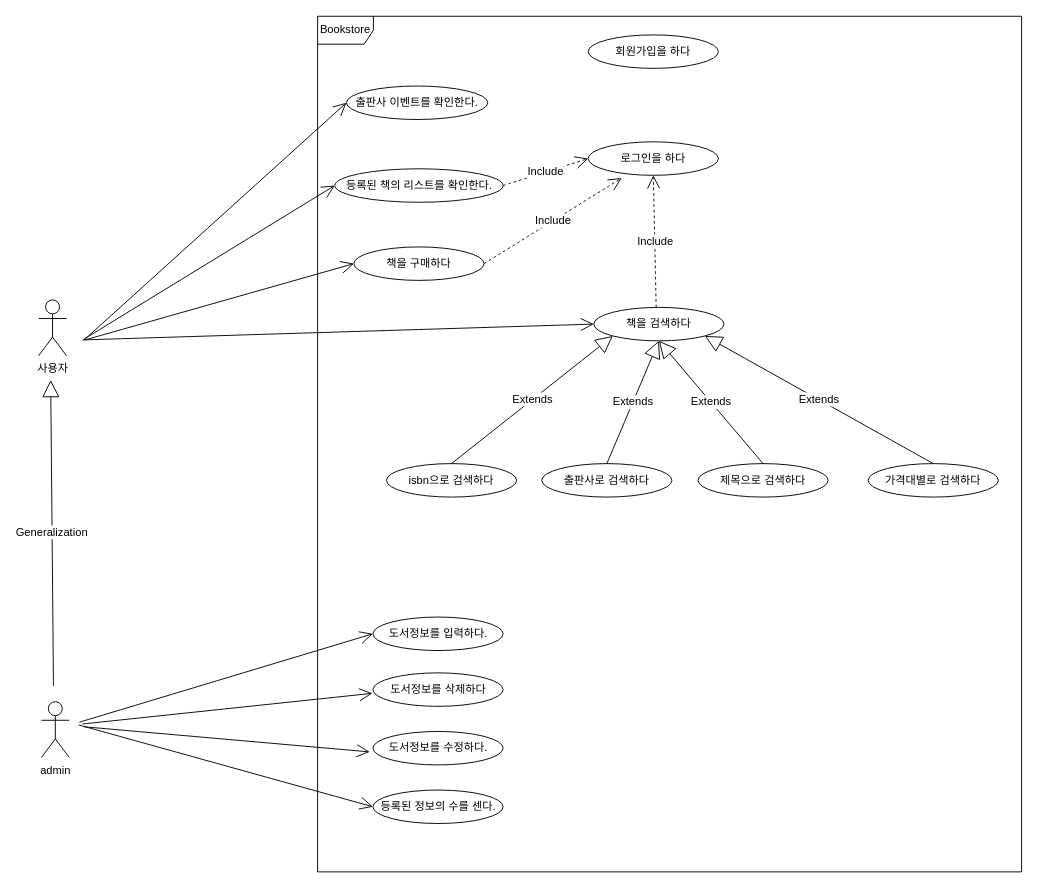
The draw.io diagram page "페이지-2" (2 of 2) of 제목 없는 다이어그램.drawio in Heeju-Lee/KOSTA, before the edit. Source tidied: cells renumbered, new cells numbered last; positions are measured from the earlier drawing's top-left corner, leaving out a move shared by most shapes. Both pictures are drawn from the tidied source at 93%, with x=0, y=0 at pixel (38, 16).
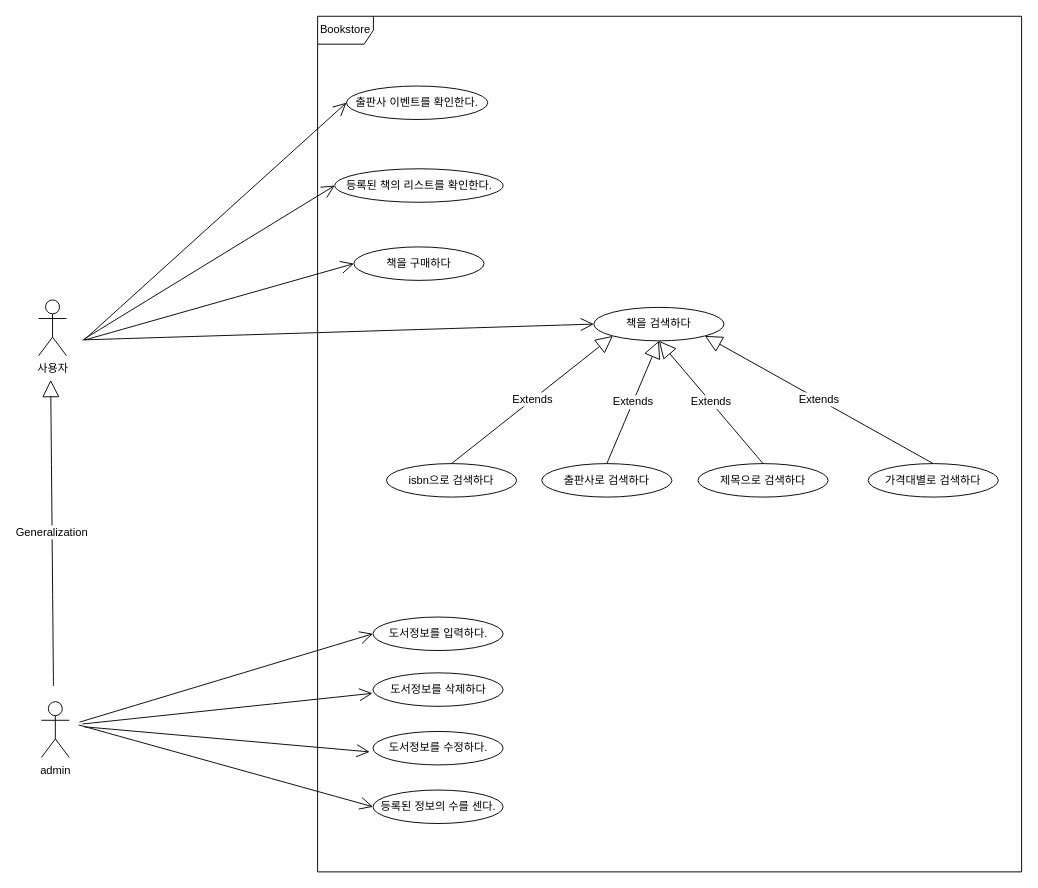
Above is the later version.

The change refers to these unchanged cells:
```xml
<mxCell id="4" value="책을 검색하다" style="ellipse;whiteSpace=wrap;html=1;" parent="1" vertex="1">
  <mxGeometry x="597" y="313" width="140" height="36" as="geometry" />
</mxCell>
<mxCell id="18" value="등록된 책의 리스트를 확인한다." style="ellipse;whiteSpace=wrap;html=1;" parent="1" vertex="1">
  <mxGeometry x="318.5" y="164" width="181" height="36" as="geometry" />
</mxCell>
<mxCell id="23" value="책을 구매하다" style="ellipse;whiteSpace=wrap;html=1;" parent="1" vertex="1">
  <mxGeometry x="339" y="248" width="140" height="36" as="geometry" />
</mxCell>
```

The edit, as a diff of the source:
```diff
@@
-    <mxCell id="22" value="로그인을 하다" style="ellipse;whiteSpace=wrap;html=1;" parent="1" vertex="1">
-      <mxGeometry x="591" y="135" width="140" height="36" as="geometry" />
-    </mxCell>
@@
-    <mxCell id="24" value="Include" style="endArrow=open;endSize=12;dashed=1;html=1;rounded=0;fontSize=12;curved=1;entryX=0.5;entryY=1;entryDx=0;entryDy=0;exitX=0.479;exitY=0;exitDx=0;exitDy=0;exitPerimeter=0;" parent="1" edge="1" source="4" target="22">
-      <mxGeometry relative="1" as="geometry" />
-    </mxCell>
-    <mxCell id="25" value="Include" style="endArrow=open;endSize=12;dashed=1;html=1;rounded=0;fontSize=12;curved=1;entryX=0.257;entryY=1.083;entryDx=0;entryDy=0;exitX=1;exitY=0.5;exitDx=0;exitDy=0;entryPerimeter=0;" parent="1" edge="1" source="23" target="22">
-      <mxGeometry relative="1" as="geometry" />
-    </mxCell>
-    <mxCell id="26" value="회원가입을 하다" style="ellipse;whiteSpace=wrap;html=1;" parent="1" vertex="1">
-      <mxGeometry x="591" y="20" width="140" height="36" as="geometry" />
-    </mxCell>
-    <mxCell id="27" value="Include" style="endArrow=open;endSize=12;dashed=1;html=1;rounded=0;fontSize=12;curved=1;entryX=0;entryY=0.5;entryDx=0;entryDy=0;exitX=1;exitY=0.5;exitDx=0;exitDy=0;" parent="1" edge="1" source="18" target="22">
-      <mxGeometry relative="1" as="geometry" />
-    </mxCell>
```
